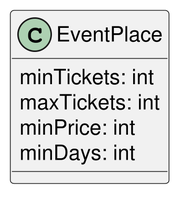
Earlier version of the PlantUML export img/event-place.png (ai-shift/cyber-valley-tickets).
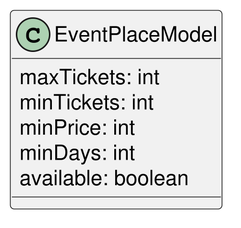
Above is the later version.

What changed in the source:
```diff
@@ -1,9 +1,10 @@
 @startuml
 skinparam Dpi 300
-class EventPlace {
+class EventPlaceModel {
+  maxTickets: int
   minTickets: int
-  maxTickets: int
   minPrice: int
   minDays: int
+  available: boolean
 }
 @enduml
```
